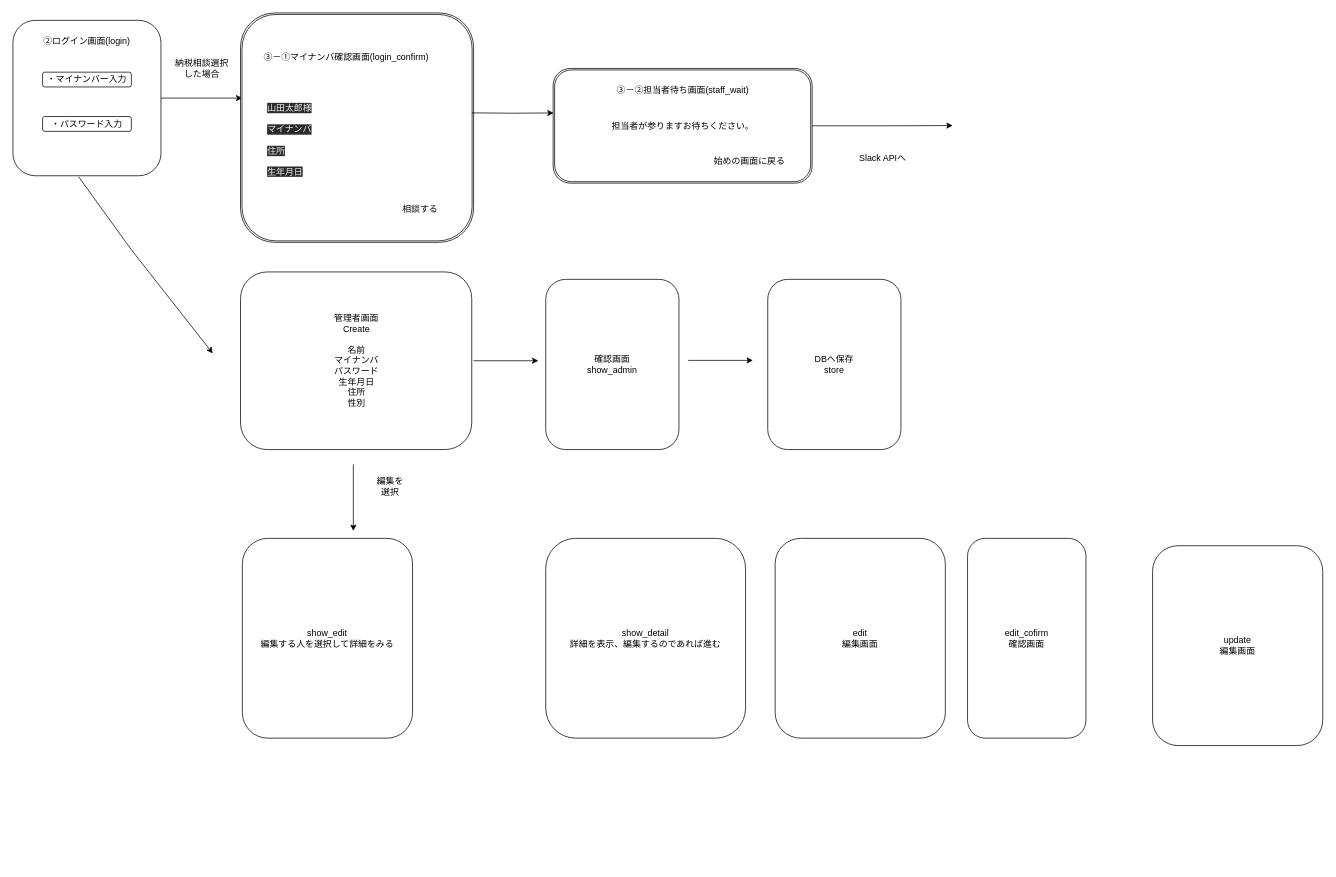
This is 画面遷移.drawio from ingk-18/AskFormPlus, a draw.io file, before an edit. Source tidied: cells renumbered, new cells numbered last; positions are measured from the earlier drawing's top-left corner, leaving out a move shared by most shapes. Both pictures are drawn from the tidied source at 74%, with x=0, y=0 at pixel (13, 13).
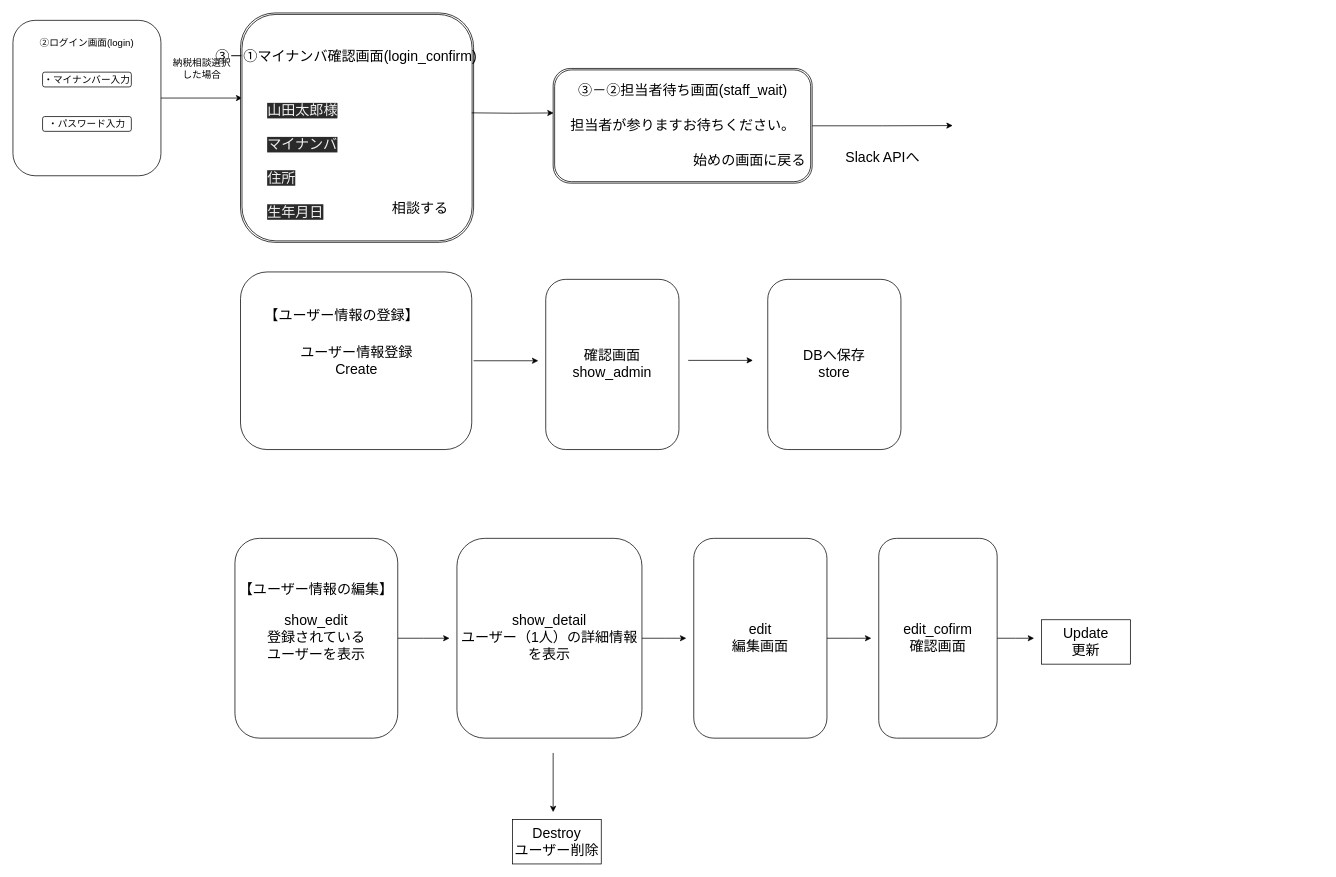
After the change.

Diff of the diagram source:
```diff
@@
-    <mxCell id="2" style="edgeStyle=orthogonalEdgeStyle;rounded=0;jettySize=auto;html=1;exitX=1;exitY=0.5;exitDx=0;exitDy=0;" parent="1" edge="1" source="3">
+    <mxCell id="2" style="edgeStyle=orthogonalEdgeStyle;rounded=0;jettySize=auto;html=1;exitX=1;exitY=0.5;exitDx=0;exitDy=0;fontSize=13;" parent="1" edge="1" source="3">
       <mxGeometry relative="1" as="geometry">
         <mxPoint x="310" y="115" as="targetPoint" />
         <Array as="points">
           <mxPoint x="310" y="115" />
         </Array>
       </mxGeometry>
     </mxCell>
-    <mxCell id="3" value="&lt;br&gt;②ログイン画面(login)" style="rounded=1;whiteSpace=wrap;html=1;align=center;horizontal=1;verticalAlign=top;" parent="1" vertex="1">
+    <mxCell id="3" value="&lt;br style=&quot;font-size: 13px;&quot;&gt;②ログイン画面(login)" style="rounded=1;whiteSpace=wrap;html=1;align=center;horizontal=1;verticalAlign=top;fontSize=13;" parent="1" vertex="1">
       <mxGeometry y="10" width="200" height="210" as="geometry" />
     </mxCell>
-    <mxCell id="4" value="&lt;span&gt;・マイナンバー入力&lt;/span&gt;" style="rounded=1;whiteSpace=wrap;html=1;" parent="1" vertex="1">
+    <mxCell id="4" value="&lt;span style=&quot;font-size: 13px;&quot;&gt;・マイナンバー入力&lt;/span&gt;" style="rounded=1;whiteSpace=wrap;html=1;fontSize=13;" parent="1" vertex="1">
       <mxGeometry x="40" y="80" width="120" height="20" as="geometry" />
     </mxCell>
-    <mxCell id="5" value="&lt;span&gt;・パスワード入力&lt;/span&gt;" style="rounded=1;whiteSpace=wrap;html=1;" parent="1" vertex="1">
+    <mxCell id="5" value="&lt;span style=&quot;font-size: 13px;&quot;&gt;・パスワード入力&lt;/span&gt;" style="rounded=1;whiteSpace=wrap;html=1;fontSize=13;" parent="1" vertex="1">
       <mxGeometry x="40" y="140" width="120" height="20" as="geometry" />
     </mxCell>
-    <mxCell id="6" style="edgeStyle=orthogonalEdgeStyle;rounded=0;orthogonalLoop=1;jettySize=auto;html=1;exitX=0.5;exitY=1;exitDx=0;exitDy=0;" parent="1" edge="1" source="3" target="3">
+    <mxCell id="6" style="edgeStyle=orthogonalEdgeStyle;rounded=0;orthogonalLoop=1;jettySize=auto;html=1;exitX=0.5;exitY=1;exitDx=0;exitDy=0;fontSize=13;" parent="1" edge="1" source="3" target="3">
       <mxGeometry relative="1" as="geometry" />
     </mxCell>
-    <mxCell id="7" style="edgeStyle=orthogonalEdgeStyle;rounded=0;jettySize=auto;html=1;" parent="1" edge="1" target="8">
+    <mxCell id="7" style="edgeStyle=orthogonalEdgeStyle;rounded=0;jettySize=auto;html=1;fontSize=19;" parent="1" edge="1" target="8">
       <mxGeometry relative="1" as="geometry">
         <mxPoint x="465.1" y="190" as="sourcePoint" />
       </mxGeometry>
     </mxCell>
-    <mxCell id="8" style="shape=ext;double=1;rounded=1;whiteSpace=wrap;html=1;align=left;" parent="1" vertex="1">
+    <mxCell id="8" style="shape=ext;double=1;rounded=1;whiteSpace=wrap;html=1;align=left;fontSize=19;" parent="1" vertex="1">
       <mxGeometry x="307.5" width="315" height="310" as="geometry" />
     </mxCell>
-    <mxCell id="9" value="相談する" style="text;html=1;align=center;verticalAlign=middle;" parent="1" vertex="1">
-      <mxGeometry x="520" y="255" width="60" height="20" as="geometry" />
+    <mxCell id="9" value="相談する" style="text;html=1;align=center;verticalAlign=middle;fontSize=19;" parent="1" vertex="1">
+      <mxGeometry x="505" y="250" width="90" height="30" as="geometry" />
     </mxCell>
-    <mxCell id="10" style="edgeStyle=orthogonalEdgeStyle;rounded=0;jettySize=auto;html=1;entryX=0.002;entryY=0.388;entryDx=0;entryDy=0;entryPerimeter=0;" parent="1" edge="1" target="14">
+    <mxCell id="10" style="edgeStyle=orthogonalEdgeStyle;rounded=0;jettySize=auto;html=1;entryX=0.002;entryY=0.388;entryDx=0;entryDy=0;entryPerimeter=0;fontSize=19;" parent="1" edge="1" target="14">
       <mxGeometry relative="1" as="geometry">
         <mxPoint x="620" y="135" as="sourcePoint" />
       </mxGeometry>
     </mxCell>
-    <mxCell id="11" value="納税相談選択&lt;br&gt;した場合" style="text;html=1;align=center;verticalAlign=middle;" parent="1" vertex="1">
-      <mxGeometry x="210" y="60" width="90" height="30" as="geometry" />
+    <mxCell id="11" value="納税相談選択&lt;br style=&quot;font-size: 13px;&quot;&gt;した場合" style="text;html=1;align=center;verticalAlign=middle;fontSize=13;" parent="1" vertex="1">
+      <mxGeometry x="210" y="55" width="90" height="40" as="geometry" />
     </mxCell>
-    <mxCell id="12" value="③－①マイナンバ確認画面(login_confirm)" style="text;html=1;align=center;verticalAlign=middle;" parent="1" vertex="1">
-      <mxGeometry x="330" y="50" width="240" height="20" as="geometry" />
+    <mxCell id="12" value="③－①マイナンバ確認画面(login_confirm)" style="text;html=1;align=center;verticalAlign=middle;fontSize=19;" parent="1" vertex="1">
+      <mxGeometry x="265" y="45" width="370" height="30" as="geometry" />
     </mxCell>
-    <mxCell id="13" style="edgeStyle=orthogonalEdgeStyle;rounded=0;jettySize=auto;html=1;exitX=1;exitY=0.5;exitDx=0;exitDy=0;" parent="1" edge="1" source="14">
+    <mxCell id="13" style="edgeStyle=orthogonalEdgeStyle;rounded=0;jettySize=auto;html=1;exitX=1;exitY=0.5;exitDx=0;exitDy=0;fontSize=19;" parent="1" edge="1" source="14">
       <mxGeometry relative="1" as="geometry">
         <mxPoint x="1270" y="152.2" as="targetPoint" />
       </mxGeometry>
     </mxCell>
-    <mxCell id="14" style="shape=ext;double=1;rounded=1;whiteSpace=wrap;html=1;align=left;" parent="1" vertex="1">
+    <mxCell id="14" style="shape=ext;double=1;rounded=1;whiteSpace=wrap;html=1;align=left;fontSize=19;" parent="1" vertex="1">
       <mxGeometry x="730" y="75" width="350" height="155" as="geometry" />
     </mxCell>
-    <mxCell id="15" value="担当者が参りますお待ちください。" style="text;html=1;align=center;verticalAlign=middle;" parent="1" vertex="1">
-      <mxGeometry x="800" y="142.5" width="210" height="20" as="geometry" />
+    <mxCell id="15" value="担当者が参りますお待ちください。" style="text;html=1;align=center;verticalAlign=middle;fontSize=19;" parent="1" vertex="1">
+      <mxGeometry x="745" y="137.5" width="320" height="30" as="geometry" />
     </mxCell>
-    <mxCell id="16" value="③－②担当者待ち画面(staff_wait)" style="text;html=1;align=center;verticalAlign=middle;" parent="1" vertex="1">
-      <mxGeometry x="810" y="95" width="190" height="20" as="geometry" />
+    <mxCell id="16" value="③－②担当者待ち画面(staff_wait)" style="text;html=1;align=center;verticalAlign=middle;fontSize=19;" parent="1" vertex="1">
+      <mxGeometry x="755" y="90" width="300" height="30" as="geometry" />
     </mxCell>
-    <mxCell id="17" value="始めの画面に戻る" style="text;html=1;align=center;verticalAlign=middle;" parent="1" vertex="1">
-      <mxGeometry x="940" y="190" width="110" height="20" as="geometry" />
+    <mxCell id="17" value="始めの画面に戻る" style="text;html=1;align=center;verticalAlign=middle;fontSize=19;" parent="1" vertex="1">
+      <mxGeometry x="910" y="185" width="170" height="30" as="geometry" />
     </mxCell>
-    <mxCell id="18" value="&lt;span style=&quot;color: rgb(240 , 240 , 240) ; font-family: &amp;#34;helvetica&amp;#34; ; font-size: 12px ; font-style: normal ; font-weight: 400 ; letter-spacing: normal ; text-align: left ; text-indent: 0px ; text-transform: none ; word-spacing: 0px ; background-color: rgb(42 , 42 , 42) ; float: none ; display: inline&quot;&gt;山田太郎様&lt;br&gt;&lt;br&gt;マイナンバ&lt;br&gt;&lt;br&gt;住所&lt;br&gt;&lt;br&gt;生年月日&lt;br&gt;&lt;br&gt;&lt;/span&gt;" style="text;whiteSpace=wrap;html=1;" parent="1" vertex="1">
+    <mxCell id="18" value="&lt;span style=&quot;color: rgb(240, 240, 240); font-family: helvetica; font-size: 19px; font-style: normal; font-weight: 400; letter-spacing: normal; text-align: left; text-indent: 0px; text-transform: none; word-spacing: 0px; background-color: rgb(42, 42, 42); float: none; display: inline;&quot;&gt;山田太郎様&lt;br style=&quot;font-size: 19px;&quot;&gt;&lt;br style=&quot;font-size: 19px;&quot;&gt;マイナンバ&lt;br style=&quot;font-size: 19px;&quot;&gt;&lt;br style=&quot;font-size: 19px;&quot;&gt;住所&lt;br style=&quot;font-size: 19px;&quot;&gt;&lt;br style=&quot;font-size: 19px;&quot;&gt;生年月日&lt;br style=&quot;font-size: 19px;&quot;&gt;&lt;br style=&quot;font-size: 19px;&quot;&gt;&lt;/span&gt;" style="text;whiteSpace=wrap;html=1;fontSize=19;" parent="1" vertex="1">
       <mxGeometry x="341.5" y="115" width="140" height="140" as="geometry" />
     </mxCell>
-    <mxCell id="19" value="Slack APIへ" style="text;html=1;align=center;verticalAlign=middle;" parent="1" vertex="1">
-      <mxGeometry x="1135" y="186" width="80" height="20" as="geometry" />
+    <mxCell id="19" value="Slack APIへ" style="text;html=1;align=center;verticalAlign=middle;fontSize=19;" parent="1" vertex="1">
+      <mxGeometry x="1115" y="181" width="120" height="30" as="geometry" />
     </mxCell>
-    <mxCell id="20" value="管理者画面&lt;br&gt;Create&lt;br&gt;&lt;br&gt;名前&lt;br&gt;マイナンバ&lt;br&gt;パスワード&lt;br&gt;生年月日&lt;br&gt;住所&lt;br&gt;性別" style="rounded=1;whiteSpace=wrap;html=1;" parent="1" vertex="1">
+    <mxCell id="20" value="ユーザー情報登録&lt;br style=&quot;font-size: 19px;&quot;&gt;Create" style="rounded=1;whiteSpace=wrap;html=1;fontSize=19;" parent="1" vertex="1">
       <mxGeometry x="307.5" y="350" width="312.5" height="240" as="geometry" />
     </mxCell>
-    <mxCell id="21" value="確認画面&lt;br&gt;show_admin" style="rounded=1;whiteSpace=wrap;html=1;" parent="1" vertex="1">
+    <mxCell id="21" value="確認画面&lt;br style=&quot;font-size: 19px;&quot;&gt;show_admin" style="rounded=1;whiteSpace=wrap;html=1;fontSize=19;" parent="1" vertex="1">
       <mxGeometry x="720" y="360" width="180" height="230" as="geometry" />
     </mxCell>
-    <mxCell id="22" style="endArrow=classic;html=1;exitX=0.444;exitY=1.007;exitDx=0;exitDy=0;exitPerimeter=0;" parent="1" edge="1" source="3">
-      <mxGeometry relative="1" as="geometry">
-        <mxPoint x="270" y="460" as="targetPoint" />
-        <Array as="points">
-          <mxPoint x="160" y="320" />
-        </Array>
-      </mxGeometry>
-    </mxCell>
+    <mxCell id="33" style="edgeStyle=orthogonalEdgeStyle;rounded=0;jettySize=auto;html=1;fontSize=19;" parent="1" edge="1" source="23">
+      <mxGeometry relative="1" as="geometry">
+        <mxPoint x="590" y="845" as="targetPoint" />
+      </mxGeometry>
+    </mxCell>
-    <mxCell id="23" value="show_edit&lt;br&gt;編集する人を選択して詳細をみる" style="rounded=1;whiteSpace=wrap;html=1;" parent="1" vertex="1">
-      <mxGeometry x="310" y="710" width="230" height="270" as="geometry" />
+    <mxCell id="23" value="show_edit&lt;br style=&quot;font-size: 19px&quot;&gt;登録されている&lt;br&gt;ユーザーを表示" style="rounded=1;whiteSpace=wrap;html=1;fontSize=19;" parent="1" vertex="1">
+      <mxGeometry x="300" y="710" width="220" height="270" as="geometry" />
     </mxCell>
-    <mxCell id="24" style="endArrow=classic;html=1;" parent="1" edge="1">
+    <mxCell id="24" style="endArrow=classic;html=1;fontSize=19;" parent="1" edge="1">
       <mxGeometry relative="1" as="geometry">
         <mxPoint x="622.5" y="470" as="sourcePoint" />
         <mxPoint x="710" y="470" as="targetPoint" />
       </mxGeometry>
     </mxCell>
-    <mxCell id="25" style="endArrow=classic;html=1;" parent="1" edge="1">
-      <mxGeometry relative="1" as="geometry">
-        <mxPoint x="460" y="610" as="sourcePoint" />
-        <mxPoint x="460" y="700" as="targetPoint" />
-      </mxGeometry>
-    </mxCell>
-    <mxCell id="26" value="編集を選択" style="text;html=1;strokeColor=none;fillColor=none;align=center;verticalAlign=middle;whiteSpace=wrap;rounded=0;" parent="1" vertex="1">
-      <mxGeometry x="490" y="630" width="40" height="20" as="geometry" />
-    </mxCell>
-    <mxCell id="27" value="DBへ保存&lt;br&gt;store" style="rounded=1;whiteSpace=wrap;html=1;" parent="1" vertex="1">
+    <mxCell id="27" value="DBへ保存&lt;br style=&quot;font-size: 19px;&quot;&gt;store" style="rounded=1;whiteSpace=wrap;html=1;fontSize=19;" parent="1" vertex="1">
       <mxGeometry x="1020" y="360" width="180" height="230" as="geometry" />
     </mxCell>
-    <mxCell id="28" style="endArrow=classic;html=1;" parent="1" edge="1">
+    <mxCell id="28" style="endArrow=classic;html=1;fontSize=19;" parent="1" edge="1">
       <mxGeometry relative="1" as="geometry">
         <mxPoint x="912.5" y="469.5" as="sourcePoint" />
         <mxPoint x="1000" y="469.5" as="targetPoint" />
       </mxGeometry>
     </mxCell>
+    <mxCell id="34" style="edgeStyle=orthogonalEdgeStyle;rounded=0;jettySize=auto;html=1;fontSize=19;" parent="1" edge="1" source="29">
+      <mxGeometry relative="1" as="geometry">
+        <mxPoint x="910" y="845" as="targetPoint" />
+      </mxGeometry>
+    </mxCell>
-    <mxCell id="29" value="show_detail&lt;br&gt;詳細を表示、編集するのであれば進む" style="rounded=1;whiteSpace=wrap;html=1;" parent="1" vertex="1">
-      <mxGeometry x="720" y="710" width="270" height="270" as="geometry" />
+    <mxCell id="29" value="show_detail&lt;br style=&quot;font-size: 19px;&quot;&gt;ユーザー（1人）の詳細情報を表示" style="rounded=1;whiteSpace=wrap;html=1;fontSize=19;" parent="1" vertex="1">
+      <mxGeometry x="600" y="710" width="250" height="270" as="geometry" />
     </mxCell>
+    <mxCell id="35" style="edgeStyle=orthogonalEdgeStyle;rounded=0;jettySize=auto;html=1;fontSize=19;" parent="1" edge="1" source="30">
+      <mxGeometry relative="1" as="geometry">
+        <mxPoint x="1160" y="845" as="targetPoint" />
+      </mxGeometry>
+    </mxCell>
-    <mxCell id="30" value="edit&lt;br&gt;編集画面" style="rounded=1;whiteSpace=wrap;html=1;" parent="1" vertex="1">
-      <mxGeometry x="1030" y="710" width="230" height="270" as="geometry" />
+    <mxCell id="30" value="edit&lt;br style=&quot;font-size: 19px;&quot;&gt;編集画面" style="rounded=1;whiteSpace=wrap;html=1;fontSize=19;" parent="1" vertex="1">
+      <mxGeometry x="920" y="710" width="180" height="270" as="geometry" />
     </mxCell>
-    <mxCell id="31" value="update&lt;br&gt;編集画面" style="rounded=1;whiteSpace=wrap;html=1;" parent="1" vertex="1">
-      <mxGeometry x="1540" y="720" width="230" height="270" as="geometry" />
-    </mxCell>
+    <mxCell id="36" style="edgeStyle=orthogonalEdgeStyle;rounded=0;jettySize=auto;html=1;fontSize=19;" parent="1" edge="1" source="32">
+      <mxGeometry relative="1" as="geometry">
+        <mxPoint x="1380" y="845" as="targetPoint" />
+      </mxGeometry>
+    </mxCell>
-    <mxCell id="32" value="edit_cofirm&lt;br&gt;確認画面" style="rounded=1;whiteSpace=wrap;html=1;" parent="1" vertex="1">
-      <mxGeometry x="1290" y="710" width="160" height="270" as="geometry" />
+    <mxCell id="32" value="edit_cofirm&lt;br style=&quot;font-size: 19px;&quot;&gt;確認画面" style="rounded=1;whiteSpace=wrap;html=1;fontSize=19;" parent="1" vertex="1">
+      <mxGeometry x="1170" y="710" width="160" height="270" as="geometry" />
     </mxCell>
+    <mxCell id="37" value="Update&lt;br style=&quot;font-size: 19px;&quot;&gt;更新" style="rounded=0;whiteSpace=wrap;html=1;fontSize=19;" parent="1" vertex="1">
+      <mxGeometry x="1390" y="820" width="120" height="60" as="geometry" />
+    </mxCell>
+    <mxCell id="38" value="Destroy&lt;br style=&quot;font-size: 19px;&quot;&gt;ユーザー削除" style="rounded=0;whiteSpace=wrap;html=1;fontSize=19;" parent="1" vertex="1">
+      <mxGeometry x="675" y="1090" width="120" height="60" as="geometry" />
+    </mxCell>
+    <mxCell id="39" style="endArrow=classic;html=1;fontSize=19;" parent="1" edge="1">
+      <mxGeometry relative="1" as="geometry">
+        <mxPoint x="730" y="1000" as="sourcePoint" />
+        <mxPoint x="730" y="1080" as="targetPoint" />
+      </mxGeometry>
+    </mxCell>
+    <mxCell id="40" value="【ユーザー情報の編集】" style="text;html=1;strokeColor=none;fillColor=none;align=center;verticalAlign=middle;whiteSpace=wrap;rounded=0;fontSize=19;" parent="1" vertex="1">
+      <mxGeometry x="290" y="770" width="240" height="20" as="geometry" />
+    </mxCell>
+    <mxCell id="41" value="【ユーザー情報の登録】" style="text;html=1;strokeColor=none;fillColor=none;align=center;verticalAlign=middle;whiteSpace=wrap;rounded=0;fontSize=19;" parent="1" vertex="1">
+      <mxGeometry x="330" y="400" width="228.8" height="20" as="geometry" />
+    </mxCell>
```
